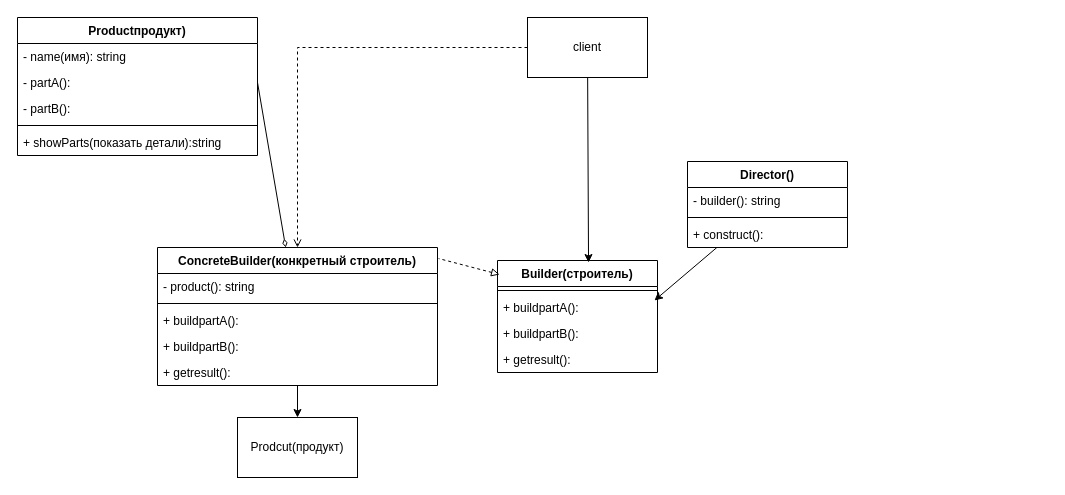
Inferno20055/dlia-sebia keeps this draw.io diagram as строителшь.drawio. Above is the earlier version. Source tidied: cells renumbered, new cells numbered last; positions are measured from the earlier drawing's top-left corner, leaving out a move shared by most shapes. Both pictures are drawn from the tidied source at 100%, with x=0, y=0 at pixel (17, 17).
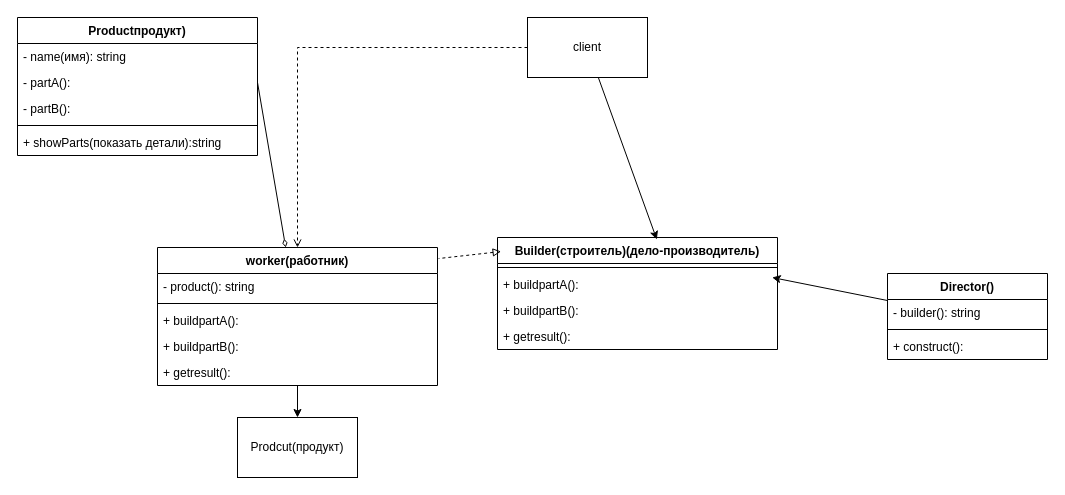
The same diagram, later.

Diff of the diagram source:
```diff
@@
-    <mxCell id="9" value="ConcreteBuilder(конкретный строитель)" style="swimlane;fontStyle=1;align=center;verticalAlign=top;horizontal=1;startSize=26;whiteSpace=wrap;html=1;" parent="1" vertex="1">
+    <mxCell id="9" value="worker(работник)" style="swimlane;fontStyle=1;align=center;verticalAlign=top;horizontal=1;startSize=26;whiteSpace=wrap;html=1;" parent="1" vertex="1">
       <mxGeometry x="140" y="230" width="280" height="138" as="geometry" />
     </mxCell>
@@
-    <mxCell id="15" value="Builder(строитель)" style="swimlane;fontStyle=1;align=center;verticalAlign=top;horizontal=1;startSize=26;whiteSpace=wrap;html=1;" parent="1" vertex="1">
-      <mxGeometry x="480" y="243" width="160" height="112" as="geometry" />
+    <mxCell id="15" value="Builder(строитель)(дело-производитель)" style="swimlane;fontStyle=1;align=center;verticalAlign=top;horizontal=1;startSize=26;whiteSpace=wrap;html=1;" parent="1" vertex="1">
+      <mxGeometry x="480" y="220" width="280" height="112" as="geometry" />
     </mxCell>
     <mxCell id="16" style="line;strokeWidth=1;fillColor=none;align=left;verticalAlign=middle;spacingTop=-1;spacingLeft=3;spacingRight=3;labelPosition=right;strokeColor=inherit;" parent="15" vertex="1">
-      <mxGeometry y="26" width="160" height="8" as="geometry" />
+      <mxGeometry y="26" width="280" height="8" as="geometry" />
     </mxCell>
     <mxCell id="17" value="+ buildpartA():" style="text;strokeColor=none;fillColor=none;align=left;verticalAlign=top;spacingLeft=4;spacingRight=4;overflow=hidden;points=[[0,0.5],[1,0.5]];portConstraint=eastwest;whiteSpace=wrap;html=1;" parent="15" vertex="1">
-      <mxGeometry y="34" width="160" height="26" as="geometry" />
+      <mxGeometry y="34" width="280" height="26" as="geometry" />
     </mxCell>
     <mxCell id="18" value="+ buildpartB():" style="text;strokeColor=none;fillColor=none;align=left;verticalAlign=top;spacingLeft=4;spacingRight=4;overflow=hidden;whiteSpace=wrap;html=1;" parent="15" vertex="1">
-      <mxGeometry y="60" width="160" height="26" as="geometry" />
+      <mxGeometry y="60" width="280" height="26" as="geometry" />
     </mxCell>
     <mxCell id="19" value="+ getresult():" style="text;strokeColor=none;fillColor=none;align=left;verticalAlign=top;spacingLeft=4;spacingRight=4;overflow=hidden;whiteSpace=wrap;html=1;" parent="15" vertex="1">
-      <mxGeometry y="86" width="160" height="26" as="geometry" />
+      <mxGeometry y="86" width="280" height="26" as="geometry" />
     </mxCell>
     <mxCell id="20" value="Director()" style="swimlane;fontStyle=1;align=center;verticalAlign=top;horizontal=1;startSize=26;whiteSpace=wrap;html=1;" parent="1" vertex="1">
-      <mxGeometry x="670" y="144" width="160" height="86" as="geometry" />
+      <mxGeometry x="870" y="256" width="160" height="86" as="geometry" />
     </mxCell>
```
